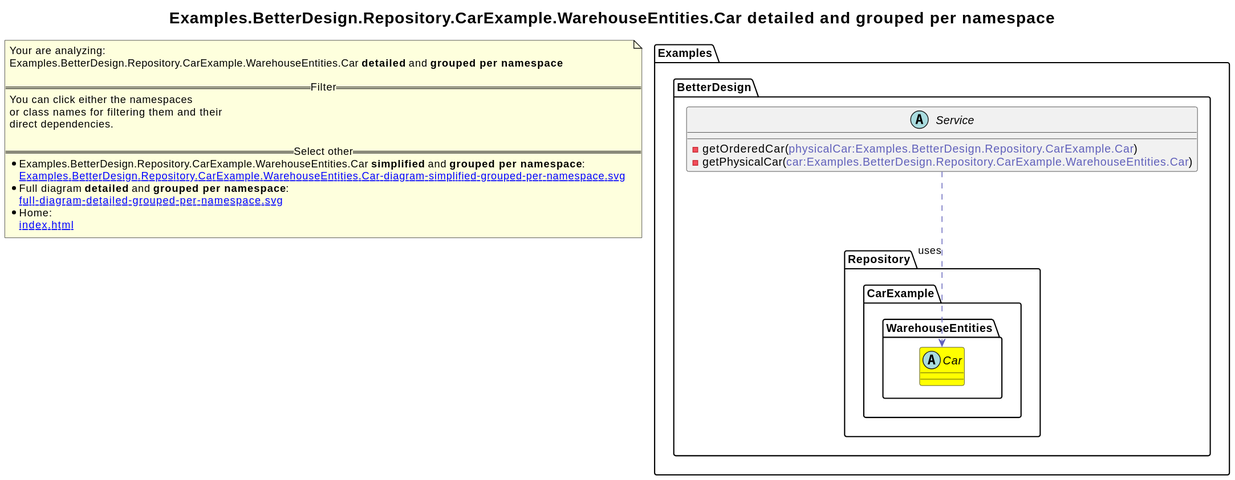
The PlantUML diagram revenger-csharp-adapter.out/Examples.BetterDesign.Repository.CarExample.WarehouseEntities.Car-diagram-detailed-grouped-per-namespace.svg in 2BlackCoffees/revenger, before a commit.
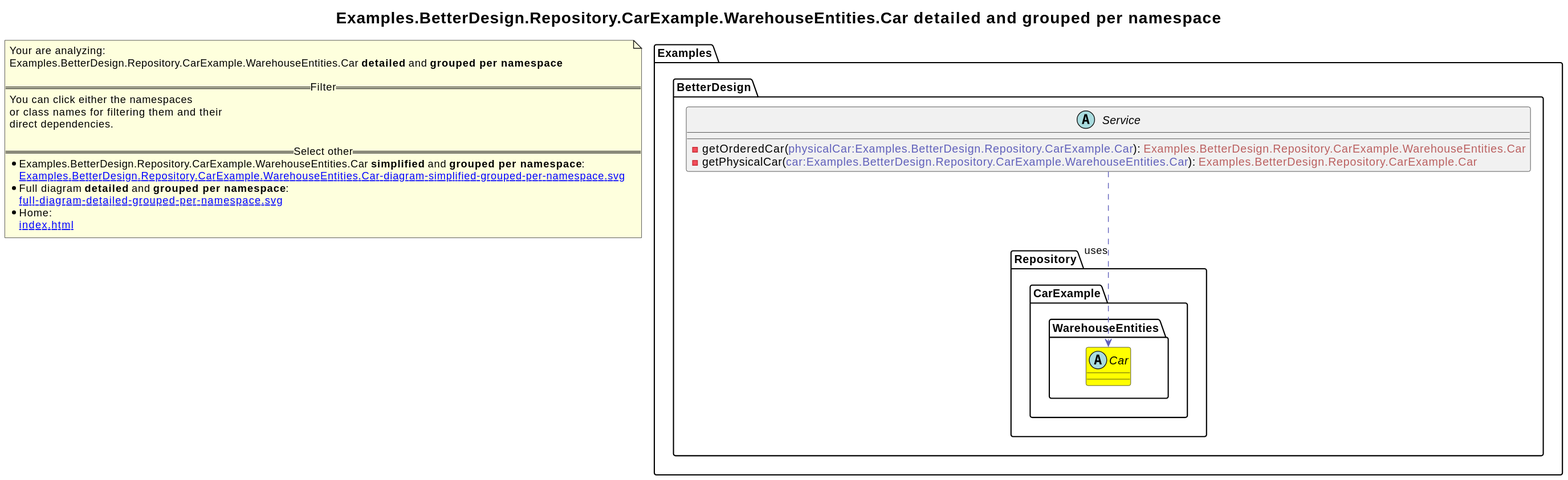
The same file after the commit.

Diff of the diagram source:
```diff
@@ -5,8 +5,8 @@
 namespace Examples [[Examples-diagram-detailed-grouped-per-namespace.svg]] {
 namespace Examples.BetterDesign [[Examples.BetterDesign-diagram-detailed-grouped-per-namespace.svg]] {
   abstract class Examples.BetterDesign.Service [[Examples.BetterDesign.Service-diagram-detailed-grouped-per-namespace.svg]]  {
-    - getOrderedCar(<font color="6060BB">physicalCar:Examples.BetterDesign.Repository.CarExample.Car</font>)
-    - getPhysicalCar(<font color="6060BB">car:Examples.BetterDesign.Repository.CarExample.WarehouseEntities.Car</font>)
+    - getOrderedCar(<font color="6060BB">physicalCar:Examples.BetterDesign.Repository.CarExample.Car</font>): <font color="BB6060">Examples.BetterDesign.Repository.CarExample.WarehouseEntities.Car</font>
+    - getPhysicalCar(<font color="6060BB">car:Examples.BetterDesign.Repository.CarExample.WarehouseEntities.Car</font>): <font color="BB6060">Examples.BetterDesign.Repository.CarExample.Car</font>
   }
 }
 }
```
